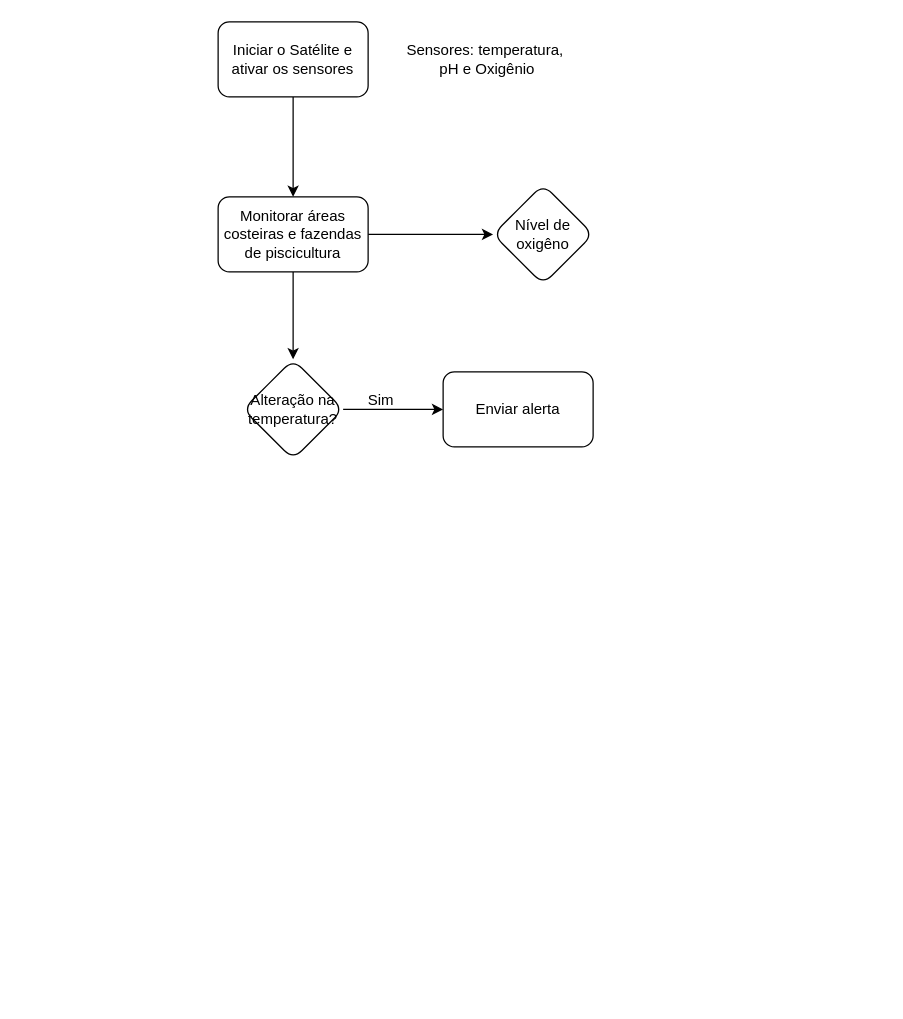
emilysoueu/algoritmos_missoes keeps this draw.io diagram as page "Missão 02" (3 of 7) of Class_2_CA.drawio. Above is the earlier version. Source tidied: cells renumbered, new cells numbered last; positions are measured from the earlier drawing's top-left corner, leaving out a move shared by most shapes. Both pictures are drawn from the tidied source at 125%, with x=0, y=0 at pixel (218, 21).
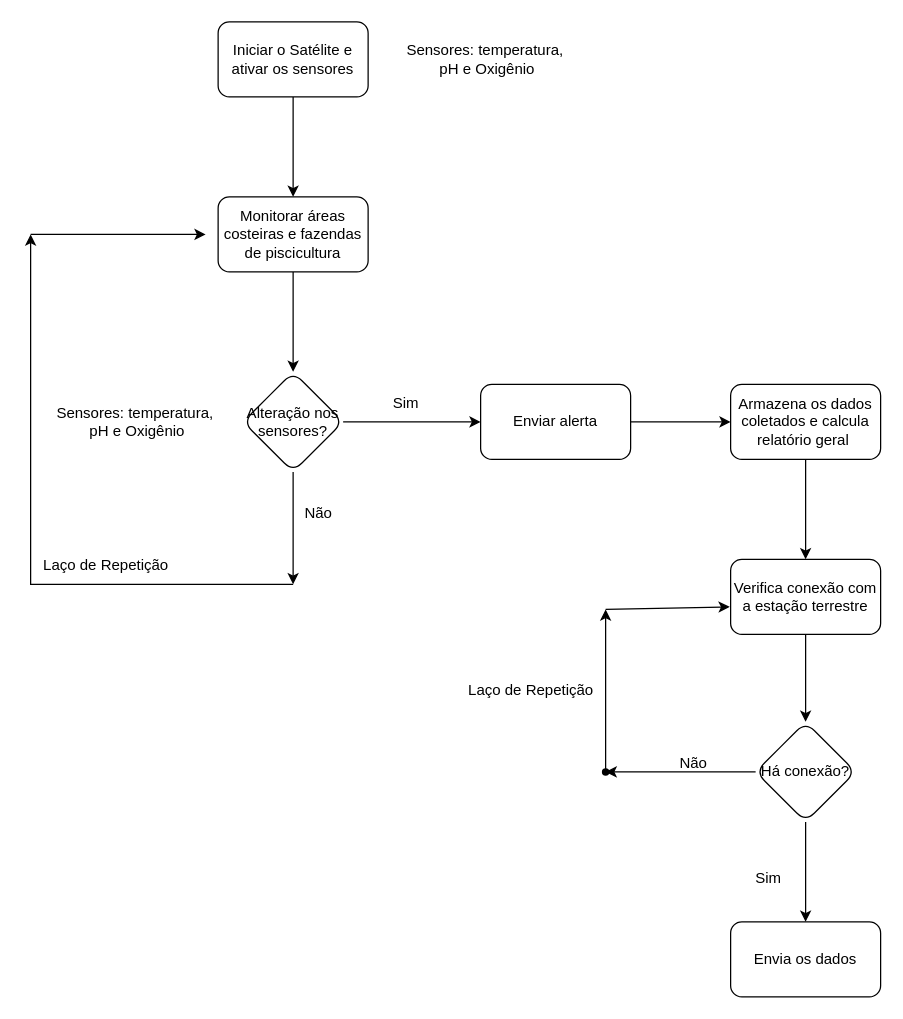
Above is the later version.

Commit message:
missão 02 - finalizado

Unchanged cells that the change refers to:
```xml
<mxCell id="7" value="Monitorar áreas costeiras e fazendas de piscicultura" style="whiteSpace=wrap;html=1;rounded=1;" parent="1" vertex="1">
  <mxGeometry y="140" width="120" height="60" as="geometry" />
</mxCell>
```

Diff of the diagram source:
```diff
@@
-    <mxCell id="5" style="edgeStyle=orthogonalEdgeStyle;rounded=0;jettySize=auto;html=1;" parent="1" edge="1" source="7" target="9">
-      <mxGeometry relative="1" as="geometry" />
-    </mxCell>
@@
-    <mxCell id="8" style="edgeStyle=orthogonalEdgeStyle;rounded=0;jettySize=auto;html=1;" parent="1" edge="1" source="9">
-      <mxGeometry relative="1" as="geometry">
-        <mxPoint x="180" y="310" as="targetPoint" />
-      </mxGeometry>
-    </mxCell>
-    <mxCell id="9" value="Alteração na temperatura?" style="rhombus;whiteSpace=wrap;html=1;rounded=1;" parent="1" vertex="1">
-      <mxGeometry x="20" y="270" width="80" height="80" as="geometry" />
-    </mxCell>
+    <mxCell id="13" style="edgeStyle=orthogonalEdgeStyle;rounded=0;jettySize=auto;html=1;" parent="1" edge="1" source="10" target="22">
+      <mxGeometry relative="1" as="geometry" />
+    </mxCell>
     <mxCell id="10" value="Enviar alerta" style="rounded=1;whiteSpace=wrap;html=1;" parent="1" vertex="1">
-      <mxGeometry x="180" y="280" width="120" height="60" as="geometry" />
+      <mxGeometry x="210" y="290" width="120" height="60" as="geometry" />
     </mxCell>
     <mxCell id="11" value="Sim" style="text;html=1;align=center;verticalAlign=middle;strokeColor=none;fillColor=none;" parent="1" vertex="1">
-      <mxGeometry x="110" y="288" width="40" height="30" as="geometry" />
+      <mxGeometry x="130" y="290" width="40" height="30" as="geometry" />
     </mxCell>
+    <mxCell id="14" style="edgeStyle=orthogonalEdgeStyle;rounded=0;jettySize=auto;html=1;" parent="1" edge="1" source="12" target="10">
+      <mxGeometry relative="1" as="geometry" />
+    </mxCell>
+    <mxCell id="15" style="edgeStyle=orthogonalEdgeStyle;rounded=0;jettySize=auto;html=1;" parent="1" edge="1" source="12">
+      <mxGeometry relative="1" as="geometry">
+        <mxPoint x="60" y="450" as="targetPoint" />
+      </mxGeometry>
+    </mxCell>
-    <mxCell id="12" value="Nível de oxigêno" style="rhombus;whiteSpace=wrap;html=1;rounded=1;" parent="1" vertex="1">
-      <mxGeometry x="220" y="130" width="80" height="80" as="geometry" />
+    <mxCell id="12" value="Alteração nos sensores?" style="rhombus;whiteSpace=wrap;html=1;rounded=1;" parent="1" vertex="1">
+      <mxGeometry x="20" y="280" width="80" height="80" as="geometry" />
     </mxCell>
+    <mxCell id="16" value="Sensores: temperatura,&amp;nbsp;&lt;div&gt;pH e Oxigênio&lt;/div&gt;" style="text;html=1;align=center;verticalAlign=middle;strokeColor=none;fillColor=none;" parent="1" vertex="1">
+      <mxGeometry x="-140" y="300" width="150" height="40" as="geometry" />
+    </mxCell>
+    <mxCell id="17" value="Não" style="text;html=1;align=center;verticalAlign=middle;strokeColor=none;fillColor=none;" parent="1" vertex="1">
+      <mxGeometry x="55" y="378" width="50" height="30" as="geometry" />
+    </mxCell>
+    <mxCell id="18" style="endArrow=classic;html=1;rounded=0;" parent="1" edge="1">
+      <mxGeometry relative="1" as="geometry">
+        <mxPoint x="60" y="450" as="sourcePoint" />
+        <mxPoint x="-150" y="170" as="targetPoint" />
+        <Array as="points">
+          <mxPoint x="-150" y="450" />
+        </Array>
+      </mxGeometry>
+    </mxCell>
+    <mxCell id="19" style="endArrow=classic;html=1;rounded=0;" parent="1" edge="1">
+      <mxGeometry relative="1" as="geometry">
+        <mxPoint x="-150" y="170" as="sourcePoint" />
+        <mxPoint x="-10" y="170" as="targetPoint" />
+        <Array as="points">
+          <mxPoint x="-90" y="170" />
+          <mxPoint x="-40" y="170" />
+        </Array>
+      </mxGeometry>
+    </mxCell>
+    <mxCell id="20" value="Laço de Repetição" style="text;html=1;align=center;verticalAlign=middle;strokeColor=none;fillColor=none;" parent="1" vertex="1">
+      <mxGeometry x="-150" y="420" width="120" height="30" as="geometry" />
+    </mxCell>
+    <mxCell id="21" style="edgeStyle=orthogonalEdgeStyle;rounded=0;jettySize=auto;html=1;" parent="1" edge="1" source="22" target="24">
+      <mxGeometry relative="1" as="geometry" />
+    </mxCell>
+    <mxCell id="22" value="Armazena os dados coletados e calcula relatório geral&amp;nbsp;" style="whiteSpace=wrap;html=1;rounded=1;" parent="1" vertex="1">
+      <mxGeometry x="410" y="290" width="120" height="60" as="geometry" />
+    </mxCell>
+    <mxCell id="23" style="edgeStyle=orthogonalEdgeStyle;rounded=0;jettySize=auto;html=1;" parent="1" edge="1" source="24" target="27">
+      <mxGeometry relative="1" as="geometry" />
+    </mxCell>
+    <mxCell id="24" value="Verifica conexão com a estação terrestre" style="rounded=1;whiteSpace=wrap;html=1;" parent="1" vertex="1">
+      <mxGeometry x="410" y="430" width="120" height="60" as="geometry" />
+    </mxCell>
+    <mxCell id="25" style="edgeStyle=orthogonalEdgeStyle;rounded=0;jettySize=auto;html=1;" parent="1" edge="1" source="27" target="28">
+      <mxGeometry relative="1" as="geometry" />
+    </mxCell>
+    <mxCell id="26" style="edgeStyle=orthogonalEdgeStyle;rounded=0;jettySize=auto;html=1;" parent="1" edge="1" source="27" target="30">
+      <mxGeometry relative="1" as="geometry" />
+    </mxCell>
+    <mxCell id="27" value="Há conexão?" style="rhombus;whiteSpace=wrap;html=1;rounded=1;" parent="1" vertex="1">
+      <mxGeometry x="430" y="560" width="80" height="80" as="geometry" />
+    </mxCell>
+    <mxCell id="28" value="Envia os dados" style="whiteSpace=wrap;html=1;rounded=1;" parent="1" vertex="1">
+      <mxGeometry x="410" y="720" width="120" height="60" as="geometry" />
+    </mxCell>
+    <mxCell id="29" value="Sim" style="text;html=1;align=center;verticalAlign=middle;strokeColor=none;fillColor=none;" parent="1" vertex="1">
+      <mxGeometry x="420" y="670" width="40" height="30" as="geometry" />
+    </mxCell>
+    <mxCell id="30" style="shape=waypoint;sketch=0;size=6;points=[];fillColor=default;perimeter=centerPerimeter;snapToPoint=1;rounded=1;" parent="1" vertex="1">
+      <mxGeometry x="300" y="590" width="20" height="20" as="geometry" />
+    </mxCell>
+    <mxCell id="31" value="Não" style="text;html=1;align=center;verticalAlign=middle;strokeColor=none;fillColor=none;" parent="1" vertex="1">
+      <mxGeometry x="355" y="578" width="50" height="30" as="geometry" />
+    </mxCell>
+    <mxCell id="32" style="endArrow=classic;html=1;rounded=0;" parent="1" edge="1" source="30">
+      <mxGeometry relative="1" as="geometry">
+        <mxPoint x="310" y="470" as="targetPoint" />
+      </mxGeometry>
+    </mxCell>
+    <mxCell id="33" style="endArrow=classic;html=1;rounded=0;entryX=-0.006;entryY=0.633;entryDx=0;entryDy=0;entryPerimeter=0;" parent="1" edge="1" target="24">
+      <mxGeometry relative="1" as="geometry">
+        <mxPoint x="310" y="470" as="sourcePoint" />
+      </mxGeometry>
+    </mxCell>
+    <mxCell id="34" value="Laço de Repetição" style="text;html=1;align=center;verticalAlign=middle;strokeColor=none;fillColor=none;" parent="1" vertex="1">
+      <mxGeometry x="190" y="520" width="120" height="30" as="geometry" />
+    </mxCell>
```
